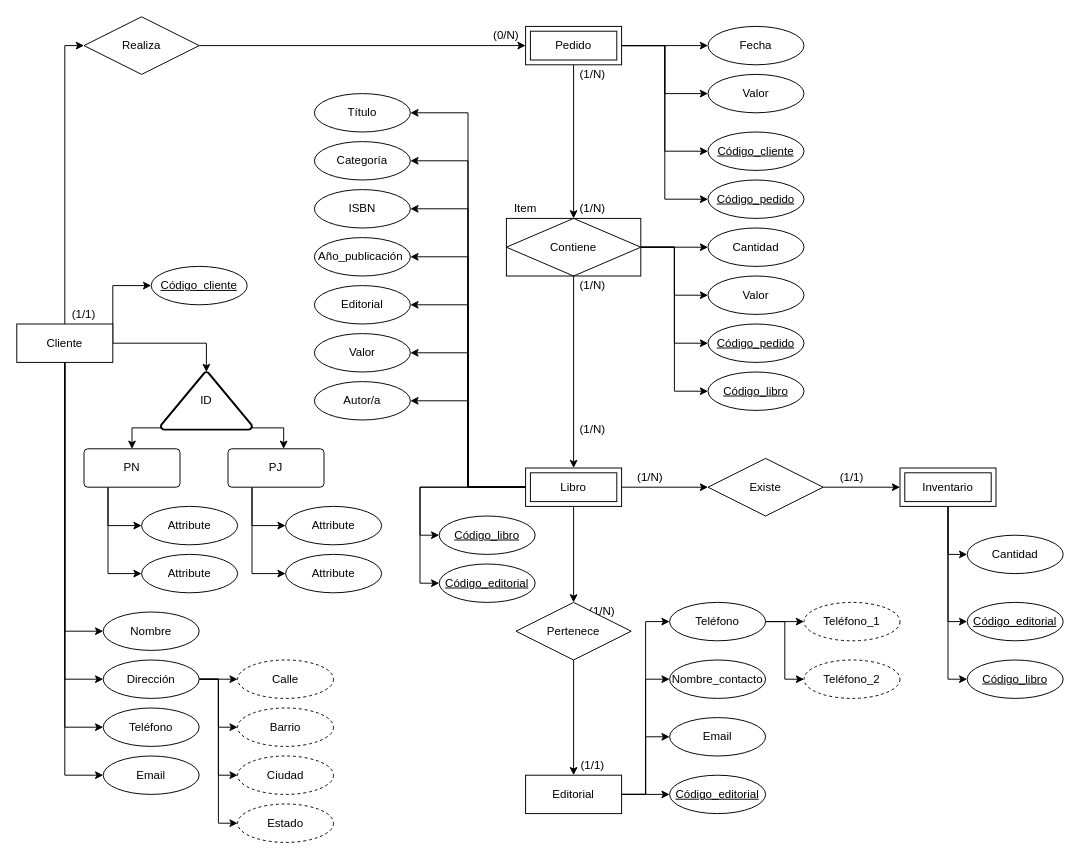
Above: Diagrama id entidades.drawio in maximo-he/Modelado-de-base-de-datos (draw.io), before the change. Source tidied: cells renumbered, new cells numbered last; positions are measured from the earlier drawing's top-left corner, leaving out a move shared by most shapes. Both pictures are drawn from the tidied source at 96%, with x=0, y=0 at pixel (16, 16).
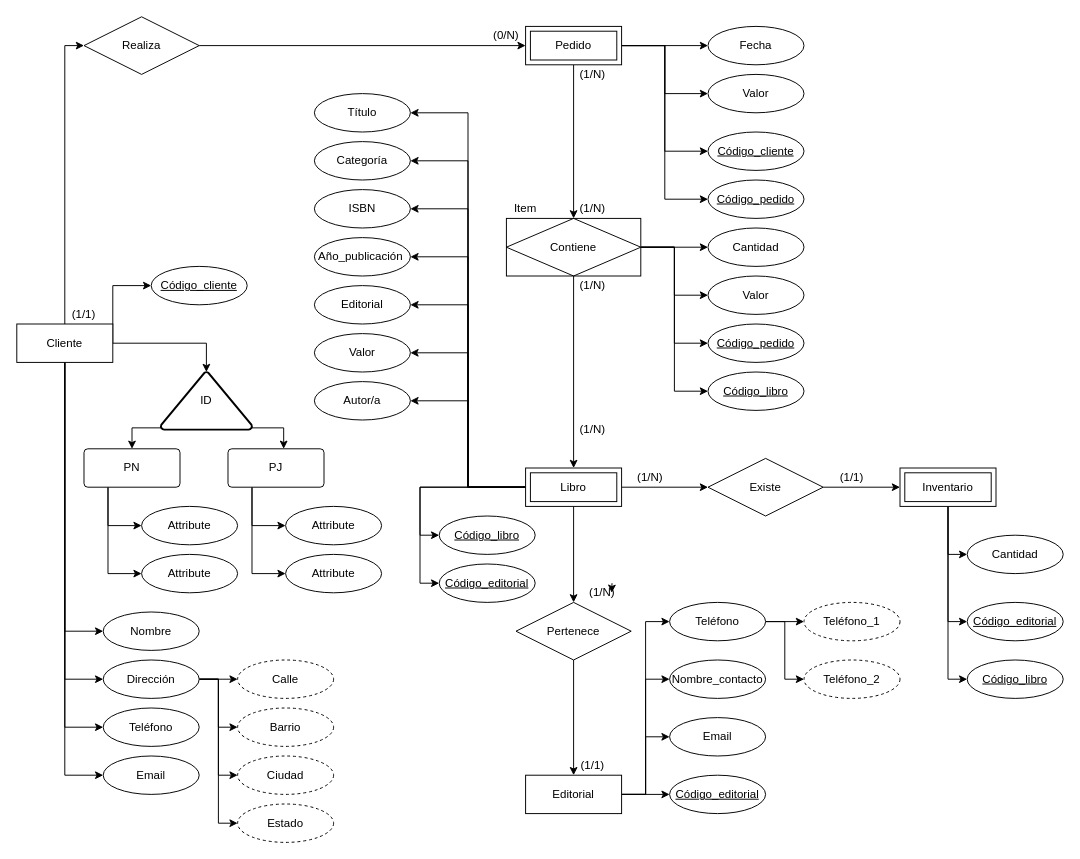
The same page after the edit.

Change to the diagram source:
```diff
@@
+    <mxCell id="114" style="edgeStyle=orthogonalEdgeStyle;rounded=0;jettySize=auto;html=1;exitX=0.75;exitY=0;exitDx=0;exitDy=0;" parent="1" edge="1" source="42">
+      <mxGeometry relative="1" as="geometry">
+        <mxPoint x="619.7" y="600" as="targetPoint" />
+      </mxGeometry>
+    </mxCell>
     <mxCell id="42" value="(1/N)" style="text;html=1;align=center;verticalAlign=middle;whiteSpace=wrap;rounded=0;" parent="1" vertex="1">
-      <mxGeometry x="590" y="610" width="40" height="20" as="geometry" />
+      <mxGeometry x="590" y="590" width="40" height="20" as="geometry" />
     </mxCell>
```
